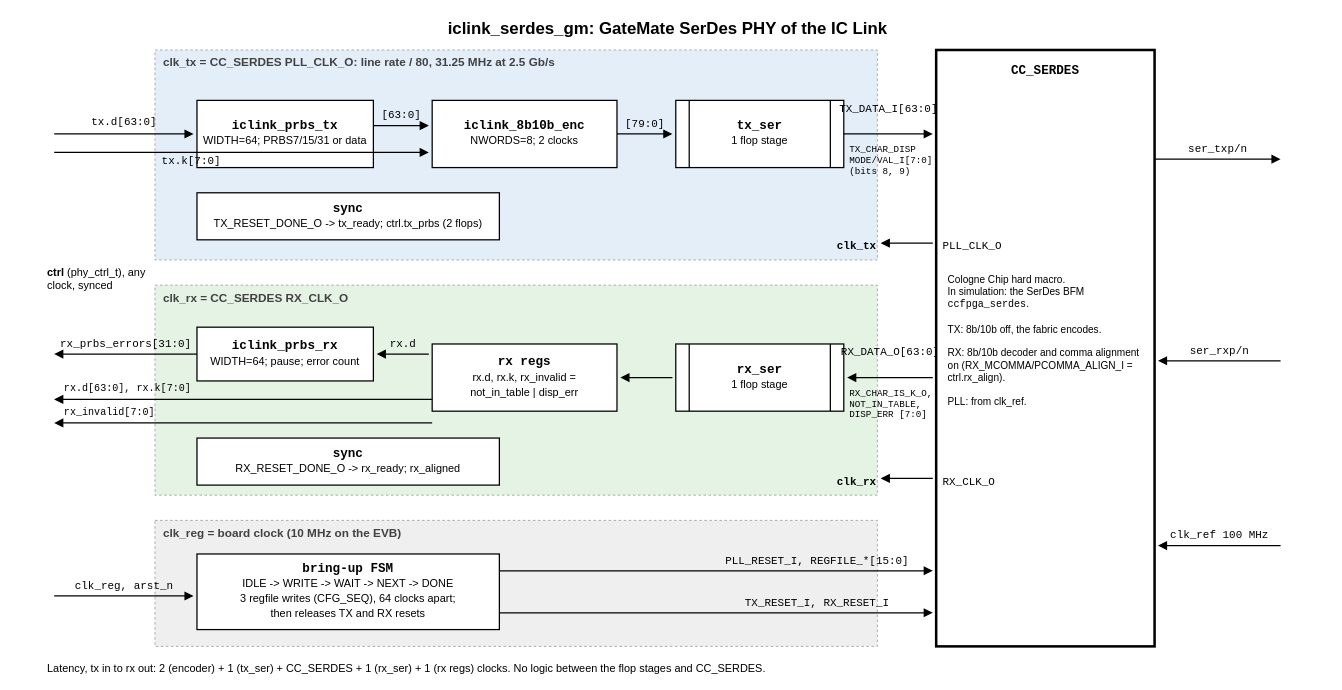
Before: 7.SerDes/0.doc/iclink-phy-rtl.drawio in chili-chips-ba/openCologne, a draw.io diagram. Source tidied: cells renumbered, new cells numbered last; positions are measured from the earlier drawing's top-left corner, leaving out a move shared by most shapes. Both pictures are drawn from the tidied source at 84%, with x=0, y=0 at pixel (14, 14).
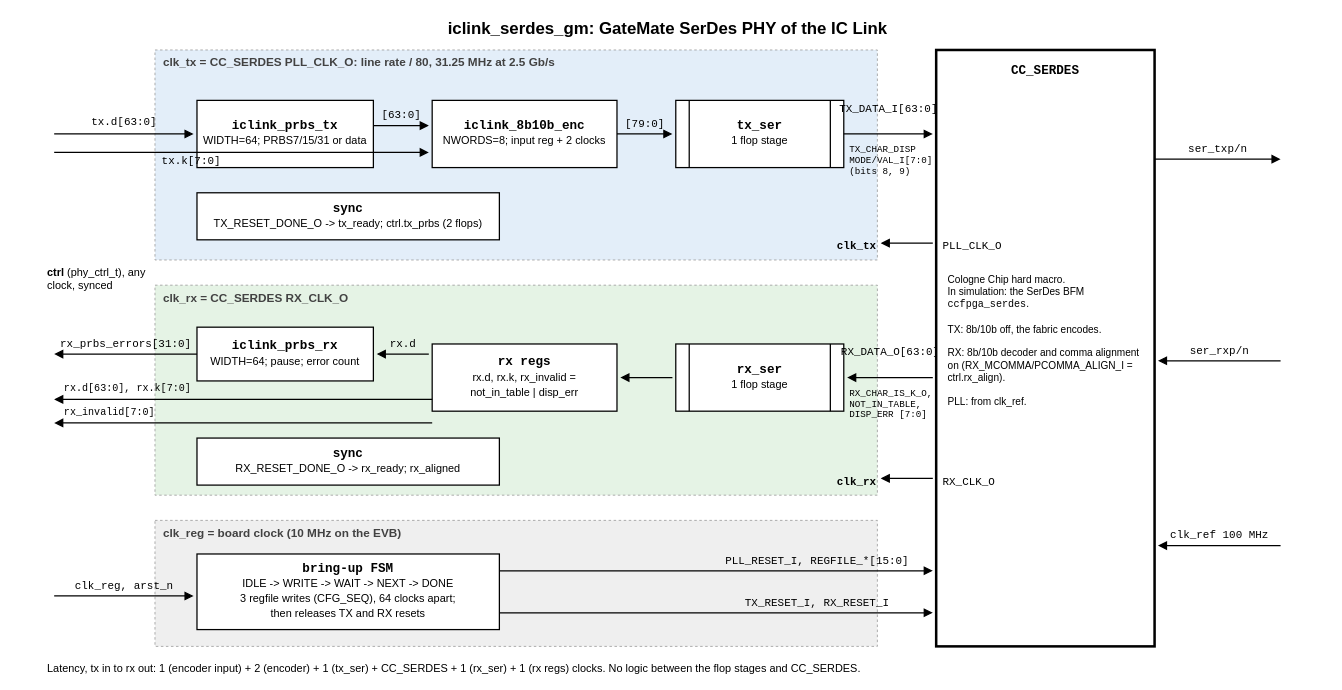
After the change.

Commit message (it also covers changes not shown here):
7.SerDes: LiteX integration package (4.litex); register the encoder input

Diff of the diagram source:
```diff
@@
-    <mxCell id="10" value="&lt;b&gt;iclink_8b10b_enc&lt;/b&gt;&lt;br&gt;&lt;span style='font-family:Helvetica;font-size:13px'&gt;NWORDS=8; 2 clocks&lt;/span&gt;" style="rounded=0;fillColor=#ffffff;strokeColor=#000000;strokeWidth=1.5;fontSize=15;fontColor=#000000;html=1;whiteSpace=wrap;fontFamily=Courier New;" parent="1" vertex="1">
+    <mxCell id="10" value="&lt;b&gt;iclink_8b10b_enc&lt;/b&gt;&lt;br&gt;&lt;span style='font-family:Helvetica;font-size:13px'&gt;NWORDS=8; input reg + 2 clocks&lt;/span&gt;" style="rounded=0;fillColor=#ffffff;strokeColor=#000000;strokeWidth=1.5;fontSize=15;fontColor=#000000;html=1;whiteSpace=wrap;fontFamily=Courier New;" parent="1" vertex="1">
       <mxGeometry x="497" y="102" width="220" height="80" as="geometry" />
     </mxCell>
@@
-    <mxCell id="62" value="Latency, tx in to rx out: 2 (encoder) + 1 (tx_ser) + CC_SERDES + 1 (rx_ser) + 1 (rx regs) clocks. No logic between the flop stages and CC_SERDES." style="text;html=1;align=left;verticalAlign=top;fontSize=13;fontColor=#000000;whiteSpace=wrap;fontFamily=Helvetica;" parent="1" vertex="1">
+    <mxCell id="62" value="Latency, tx in to rx out: 1 (encoder input) + 2 (encoder) + 1 (tx_ser) + CC_SERDES + 1 (rx_ser) + 1 (rx regs) clocks. No logic between the flop stages and CC_SERDES." style="text;html=1;align=left;verticalAlign=top;fontSize=13;fontColor=#000000;whiteSpace=wrap;fontFamily=Helvetica;" parent="1" vertex="1">
       <mxGeometry x="37" y="764" width="1480" height="24" as="geometry" />
     </mxCell>
```
